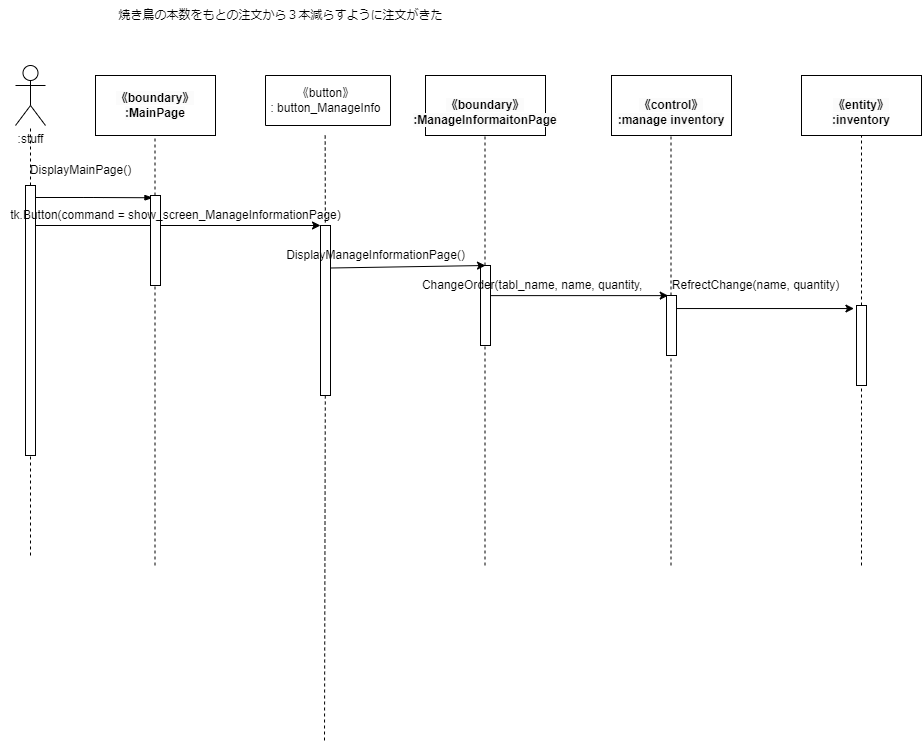
Above: psp4/シーケンス図/シーケンス図_情報変更.drawio.png in MasakiHiguchi/--- (draw.io), before the change. Source tidied: cells renumbered, new cells last; positions are measured from the earlier drawing's top-left corner, leaving out a move shared by most shapes. Its diagram source:
```xml
<mxGraphModel>
  <root>
    <mxCell id="0" />
    <mxCell id="1" parent="0" />
    <mxCell id="2" value=":stuff" style="shape=umlActor;verticalLabelPosition=bottom;verticalAlign=top;html=1;outlineConnect=0;" parent="1" vertex="1">
      <mxGeometry x="15" y="65" width="30" height="60" as="geometry" />
    </mxCell>
    <mxCell id="3" value="&lt;span style=&quot;color: rgb(0, 0, 0); font-family: Helvetica; font-size: 12px; font-style: normal; font-variant-ligatures: normal; font-variant-caps: normal; font-weight: 700; letter-spacing: normal; orphans: 2; text-align: center; text-indent: 0px; text-transform: none; widows: 2; word-spacing: 0px; -webkit-text-stroke-width: 0px; background-color: rgb(251, 251, 251); text-decoration-thickness: initial; text-decoration-style: initial; text-decoration-color: initial; float: none; display: inline !important;&quot;&gt;《boundary》&lt;/span&gt;&lt;br style=&quot;border-color: var(--border-color); color: rgb(0, 0, 0); font-family: Helvetica; font-size: 12px; font-style: normal; font-variant-ligatures: normal; font-variant-caps: normal; font-weight: 700; letter-spacing: normal; orphans: 2; text-align: center; text-indent: 0px; text-transform: none; widows: 2; word-spacing: 0px; -webkit-text-stroke-width: 0px; background-color: rgb(251, 251, 251); text-decoration-thickness: initial; text-decoration-style: initial; text-decoration-color: initial;&quot;&gt;&lt;span style=&quot;color: rgb(0, 0, 0); font-family: Helvetica; font-size: 12px; font-style: normal; font-variant-ligatures: normal; font-variant-caps: normal; font-weight: 700; letter-spacing: normal; orphans: 2; text-align: center; text-indent: 0px; text-transform: none; widows: 2; word-spacing: 0px; -webkit-text-stroke-width: 0px; background-color: rgb(251, 251, 251); text-decoration-thickness: initial; text-decoration-style: initial; text-decoration-color: initial; float: none; display: inline !important;&quot;&gt;:MainPage&lt;/span&gt;" style="rounded=0;whiteSpace=wrap;html=1;" parent="1" vertex="1">
      <mxGeometry x="95" y="75" width="120" height="60" as="geometry" />
    </mxCell>
    <mxCell id="4" value="&lt;br&gt;&lt;span style=&quot;color: rgb(0, 0, 0); font-family: Helvetica; font-size: 12px; font-style: normal; font-variant-ligatures: normal; font-variant-caps: normal; font-weight: 700; letter-spacing: normal; orphans: 2; text-align: center; text-indent: 0px; text-transform: none; widows: 2; word-spacing: 0px; -webkit-text-stroke-width: 0px; background-color: rgb(251, 251, 251); text-decoration-thickness: initial; text-decoration-style: initial; text-decoration-color: initial; float: none; display: inline !important;&quot;&gt;《boundary》&lt;/span&gt;&lt;br style=&quot;border-color: var(--border-color); color: rgb(0, 0, 0); font-family: Helvetica; font-size: 12px; font-style: normal; font-variant-ligatures: normal; font-variant-caps: normal; font-weight: 700; letter-spacing: normal; orphans: 2; text-align: center; text-indent: 0px; text-transform: none; widows: 2; word-spacing: 0px; -webkit-text-stroke-width: 0px; background-color: rgb(251, 251, 251); text-decoration-thickness: initial; text-decoration-style: initial; text-decoration-color: initial;&quot;&gt;&lt;span style=&quot;color: rgb(0, 0, 0); font-family: Helvetica; font-size: 12px; font-style: normal; font-variant-ligatures: normal; font-variant-caps: normal; font-weight: 700; letter-spacing: normal; orphans: 2; text-align: center; text-indent: 0px; text-transform: none; widows: 2; word-spacing: 0px; -webkit-text-stroke-width: 0px; background-color: rgb(251, 251, 251); text-decoration-thickness: initial; text-decoration-style: initial; text-decoration-color: initial; float: none; display: inline !important;&quot;&gt;:ManageInformaitonPage&lt;/span&gt;" style="rounded=0;whiteSpace=wrap;html=1;" parent="1" vertex="1">
      <mxGeometry x="425" y="75" width="120" height="60" as="geometry" />
    </mxCell>
    <mxCell id="5" value="&lt;br&gt;&lt;span style=&quot;color: rgb(0, 0, 0); font-family: Helvetica; font-size: 12px; font-style: normal; font-variant-ligatures: normal; font-variant-caps: normal; font-weight: 700; letter-spacing: normal; orphans: 2; text-align: center; text-indent: 0px; text-transform: none; widows: 2; word-spacing: 0px; -webkit-text-stroke-width: 0px; background-color: rgb(251, 251, 251); text-decoration-thickness: initial; text-decoration-style: initial; text-decoration-color: initial; float: none; display: inline !important;&quot;&gt;《control》&lt;/span&gt;&lt;br style=&quot;border-color: var(--border-color); color: rgb(0, 0, 0); font-family: Helvetica; font-size: 12px; font-style: normal; font-variant-ligatures: normal; font-variant-caps: normal; font-weight: 700; letter-spacing: normal; orphans: 2; text-align: center; text-indent: 0px; text-transform: none; widows: 2; word-spacing: 0px; -webkit-text-stroke-width: 0px; background-color: rgb(251, 251, 251); text-decoration-thickness: initial; text-decoration-style: initial; text-decoration-color: initial;&quot;&gt;&lt;span style=&quot;color: rgb(0, 0, 0); font-family: Helvetica; font-size: 12px; font-style: normal; font-variant-ligatures: normal; font-variant-caps: normal; font-weight: 700; letter-spacing: normal; orphans: 2; text-align: center; text-indent: 0px; text-transform: none; widows: 2; word-spacing: 0px; -webkit-text-stroke-width: 0px; background-color: rgb(251, 251, 251); text-decoration-thickness: initial; text-decoration-style: initial; text-decoration-color: initial; float: none; display: inline !important;&quot;&gt;:manage inventory&lt;/span&gt;&lt;br&gt;" style="rounded=0;whiteSpace=wrap;html=1;" parent="1" vertex="1">
      <mxGeometry x="611" y="75" width="120" height="60" as="geometry" />
    </mxCell>
    <mxCell id="6" value="&lt;br&gt;&lt;span style=&quot;color: rgb(0, 0, 0); font-family: Helvetica; font-size: 12px; font-style: normal; font-variant-ligatures: normal; font-variant-caps: normal; font-weight: 700; letter-spacing: normal; orphans: 2; text-align: center; text-indent: 0px; text-transform: none; widows: 2; word-spacing: 0px; -webkit-text-stroke-width: 0px; background-color: rgb(251, 251, 251); text-decoration-thickness: initial; text-decoration-style: initial; text-decoration-color: initial; float: none; display: inline !important;&quot;&gt;《entity》&lt;/span&gt;&lt;br style=&quot;border-color: var(--border-color); padding: 0px; margin: 0px; color: rgb(0, 0, 0); font-family: Helvetica; font-size: 12px; font-style: normal; font-variant-ligatures: normal; font-variant-caps: normal; font-weight: 700; letter-spacing: normal; orphans: 2; text-align: center; text-indent: 0px; text-transform: none; widows: 2; word-spacing: 0px; -webkit-text-stroke-width: 0px; background-color: rgb(251, 251, 251); text-decoration-thickness: initial; text-decoration-style: initial; text-decoration-color: initial;&quot;&gt;&lt;span style=&quot;color: rgb(0, 0, 0); font-family: Helvetica; font-size: 12px; font-style: normal; font-variant-ligatures: normal; font-variant-caps: normal; font-weight: 700; letter-spacing: normal; orphans: 2; text-align: center; text-indent: 0px; text-transform: none; widows: 2; word-spacing: 0px; -webkit-text-stroke-width: 0px; background-color: rgb(251, 251, 251); text-decoration-thickness: initial; text-decoration-style: initial; text-decoration-color: initial; float: none; display: inline !important;&quot;&gt;:inventory&lt;/span&gt;&lt;br&gt;" style="rounded=0;whiteSpace=wrap;html=1;" parent="1" vertex="1">
      <mxGeometry x="801" y="75" width="120" height="60" as="geometry" />
    </mxCell>
    <mxCell id="7" style="endArrow=none;dashed=1;html=1;startArrow=none;" parent="1" edge="1" source="14" target="2">
      <mxGeometry relative="1" as="geometry" />
    </mxCell>
    <mxCell id="8" style="endArrow=none;dashed=1;html=1;startArrow=none;" parent="1" edge="1" source="18">
      <mxGeometry relative="1" as="geometry">
        <mxPoint x="154.5" y="135" as="targetPoint" />
      </mxGeometry>
    </mxCell>
    <mxCell id="9" style="endArrow=none;dashed=1;html=1;startArrow=none;" parent="1" edge="1" source="26">
      <mxGeometry relative="1" as="geometry">
        <mxPoint x="861" y="135" as="targetPoint" />
      </mxGeometry>
    </mxCell>
    <mxCell id="10" style="endArrow=none;dashed=1;html=1;startArrow=none;" parent="1" edge="1" source="24">
      <mxGeometry relative="1" as="geometry">
        <mxPoint x="670.5" y="135" as="targetPoint" />
      </mxGeometry>
    </mxCell>
    <mxCell id="11" style="endArrow=none;dashed=1;html=1;startArrow=none;" parent="1" edge="1" source="21">
      <mxGeometry relative="1" as="geometry">
        <mxPoint x="484.5" y="135" as="targetPoint" />
      </mxGeometry>
    </mxCell>
    <mxCell id="12" style="endArrow=none;dashed=1;html=1;" parent="1" edge="1" target="14">
      <mxGeometry relative="1" as="geometry">
        <mxPoint x="30" y="555" as="sourcePoint" />
      </mxGeometry>
    </mxCell>
    <mxCell id="13" style="edgeStyle=none;html=1;entryX=0;entryY=0;entryDx=0;entryDy=0;" parent="1" edge="1" source="14" target="33">
      <mxGeometry relative="1" as="geometry" />
    </mxCell>
    <mxCell id="14" style="html=1;points=[];perimeter=orthogonalPerimeter;" parent="1" vertex="1">
      <mxGeometry x="25" y="185" width="10" height="270" as="geometry" />
    </mxCell>
    <mxCell id="15" style="edgeStyle=elbowEdgeStyle;fontSize=12;html=1;endArrow=blockThin;endFill=1;entryX=0.245;entryY=0.025;entryDx=0;entryDy=0;entryPerimeter=0;" parent="1" edge="1" target="18">
      <mxGeometry relative="1" as="geometry">
        <mxPoint x="35" y="197" as="sourcePoint" />
      </mxGeometry>
    </mxCell>
    <mxCell id="16" value="DisplayMainPage()" style="text;html=1;align=center;verticalAlign=middle;strokeColor=none;fillColor=none;" parent="1" vertex="1">
      <mxGeometry x="20" y="155" width="120" height="30" as="geometry" />
    </mxCell>
    <mxCell id="17" style="endArrow=none;dashed=1;html=1;" parent="1" edge="1" target="18">
      <mxGeometry relative="1" as="geometry">
        <mxPoint x="154.5" y="565" as="sourcePoint" />
      </mxGeometry>
    </mxCell>
    <mxCell id="18" style="html=1;points=[];perimeter=orthogonalPerimeter;" parent="1" vertex="1">
      <mxGeometry x="150" y="195" width="10" height="90" as="geometry" />
    </mxCell>
    <mxCell id="19" style="endArrow=none;dashed=1;html=1;" parent="1" edge="1" target="21">
      <mxGeometry relative="1" as="geometry">
        <mxPoint x="484.5" y="565" as="sourcePoint" />
      </mxGeometry>
    </mxCell>
    <mxCell id="20" style="edgeStyle=none;html=1;entryX=0.171;entryY=0.002;entryDx=0;entryDy=0;entryPerimeter=0;" parent="1" edge="1" source="21" target="24">
      <mxGeometry relative="1" as="geometry" />
    </mxCell>
    <mxCell id="21" style="html=1;points=[];perimeter=orthogonalPerimeter;" parent="1" vertex="1">
      <mxGeometry x="480" y="265" width="10" height="80" as="geometry" />
    </mxCell>
    <mxCell id="22" style="endArrow=none;dashed=1;html=1;" parent="1" edge="1" target="24">
      <mxGeometry relative="1" as="geometry">
        <mxPoint x="670.5" y="565" as="sourcePoint" />
      </mxGeometry>
    </mxCell>
    <mxCell id="23" style="edgeStyle=none;html=1;entryX=-0.257;entryY=0.038;entryDx=0;entryDy=0;entryPerimeter=0;" parent="1" edge="1" source="24" target="26">
      <mxGeometry relative="1" as="geometry" />
    </mxCell>
    <mxCell id="24" style="html=1;points=[];perimeter=orthogonalPerimeter;" parent="1" vertex="1">
      <mxGeometry x="666" y="295" width="10" height="60" as="geometry" />
    </mxCell>
    <mxCell id="25" style="endArrow=none;dashed=1;html=1;" parent="1" edge="1" target="26">
      <mxGeometry relative="1" as="geometry">
        <mxPoint x="861" y="565" as="sourcePoint" />
      </mxGeometry>
    </mxCell>
    <mxCell id="26" style="html=1;points=[];perimeter=orthogonalPerimeter;" parent="1" vertex="1">
      <mxGeometry x="856" y="305" width="10" height="80" as="geometry" />
    </mxCell>
    <mxCell id="27" value="焼き鳥の本数をもとの注文から３本減らすように注文がきた" style="text;html=1;align=center;verticalAlign=middle;strokeColor=none;fillColor=none;" parent="1" vertex="1">
      <mxGeometry x="105" width="350" height="30" as="geometry" />
    </mxCell>
    <mxCell id="28" style="edgeStyle=none;html=1;endArrow=none;endFill=0;dashed=1;startArrow=none;" parent="1" edge="1" source="33">
      <mxGeometry relative="1" as="geometry">
        <mxPoint x="324" y="740.3" as="targetPoint" />
      </mxGeometry>
    </mxCell>
    <mxCell id="29" style="swimlane;startSize=0;" parent="1" vertex="1">
      <mxGeometry x="265" y="75" width="125" height="50" as="geometry" />
    </mxCell>
    <mxCell id="30" value="《button》&lt;br&gt;: button_ManageInfo" style="text;html=1;align=center;verticalAlign=middle;strokeColor=none;fillColor=none;" parent="29" vertex="1">
      <mxGeometry x="-5" y="5" width="130" height="40" as="geometry" />
    </mxCell>
    <mxCell id="31" style="edgeStyle=none;html=1;endArrow=none;endFill=0;dashed=1;" parent="1" edge="1" target="33">
      <mxGeometry relative="1" as="geometry">
        <mxPoint x="324.7" y="135" as="sourcePoint" />
      </mxGeometry>
    </mxCell>
    <mxCell id="32" style="edgeStyle=none;html=1;exitX=1;exitY=0.25;exitDx=0;exitDy=0;" parent="1" edge="1" source="33">
      <mxGeometry relative="1" as="geometry">
        <mxPoint x="485" y="265" as="targetPoint" />
      </mxGeometry>
    </mxCell>
    <mxCell id="33" style="rounded=0;whiteSpace=wrap;html=1;" parent="1" vertex="1">
      <mxGeometry x="320" y="225" width="10" height="170" as="geometry" />
    </mxCell>
    <mxCell id="34" value="tk.Button(command = show_screen_ManageInformationPage)" style="text;html=1;align=center;verticalAlign=middle;strokeColor=none;fillColor=none;" parent="1" vertex="1">
      <mxGeometry y="200" width="350" height="30" as="geometry" />
    </mxCell>
    <mxCell id="35" value="DisplayManageInformationPage()" style="text;html=1;align=center;verticalAlign=middle;strokeColor=none;fillColor=none;" parent="1" vertex="1">
      <mxGeometry x="275" y="240" width="200" height="30" as="geometry" />
    </mxCell>
    <mxCell id="36" value="ChangeOrder(tabl_name, name, quantity,&amp;nbsp;&amp;nbsp;" style="text;html=1;align=center;verticalAlign=middle;strokeColor=none;fillColor=none;" parent="1" vertex="1">
      <mxGeometry x="410" y="270" width="250" height="30" as="geometry" />
    </mxCell>
    <mxCell id="37" value="RefrectChange(name, quantity)" style="text;html=1;align=center;verticalAlign=middle;strokeColor=none;fillColor=none;" parent="1" vertex="1">
      <mxGeometry x="660" y="270" width="190" height="30" as="geometry" />
    </mxCell>
  </root>
</mxGraphModel>
```
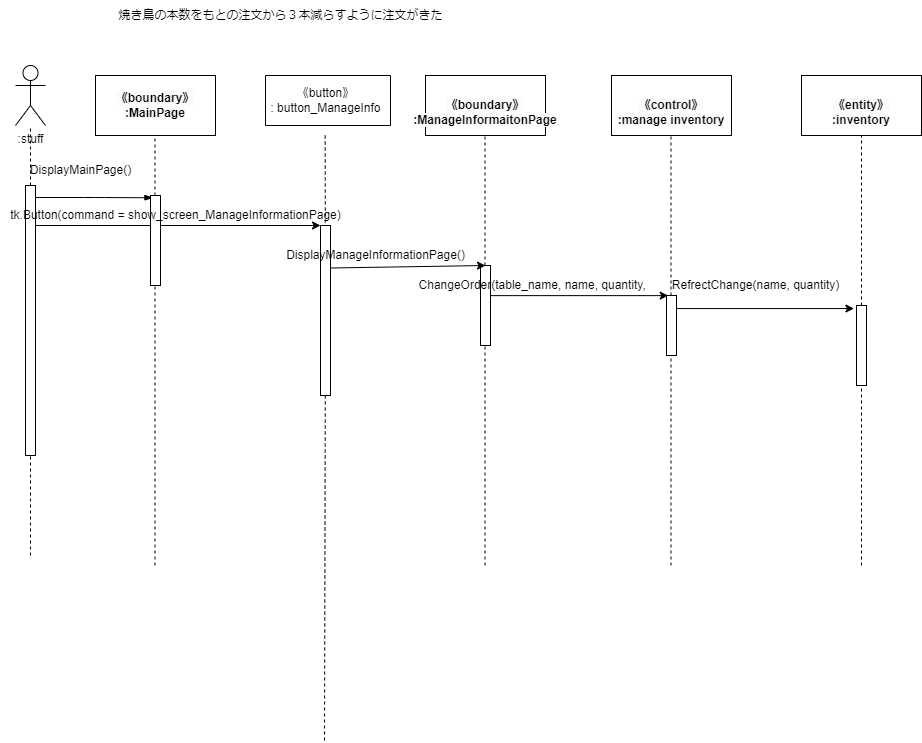
The same diagram one commit later.

Change to the diagram source:
```diff
@@ -130,8 +130,8 @@
     <mxCell id="35" value="DisplayManageInformationPage()" style="text;html=1;align=center;verticalAlign=middle;strokeColor=none;fillColor=none;" parent="1" vertex="1">
       <mxGeometry x="275" y="240" width="200" height="30" as="geometry" />
     </mxCell>
-    <mxCell id="36" value="ChangeOrder(tabl_name, name, quantity,&amp;nbsp;&amp;nbsp;" style="text;html=1;align=center;verticalAlign=middle;strokeColor=none;fillColor=none;" parent="1" vertex="1">
-      <mxGeometry x="410" y="270" width="250" height="30" as="geometry" />
+    <mxCell id="36" value="ChangeOrder(table_name, name, quantity,&amp;nbsp;&amp;nbsp;" style="text;html=1;align=center;verticalAlign=middle;strokeColor=none;fillColor=none;" parent="1" vertex="1">
+      <mxGeometry x="405" y="270" width="260" height="30" as="geometry" />
     </mxCell>
     <mxCell id="37" value="RefrectChange(name, quantity)" style="text;html=1;align=center;verticalAlign=middle;strokeColor=none;fillColor=none;" parent="1" vertex="1">
       <mxGeometry x="660" y="270" width="190" height="30" as="geometry" />
```
